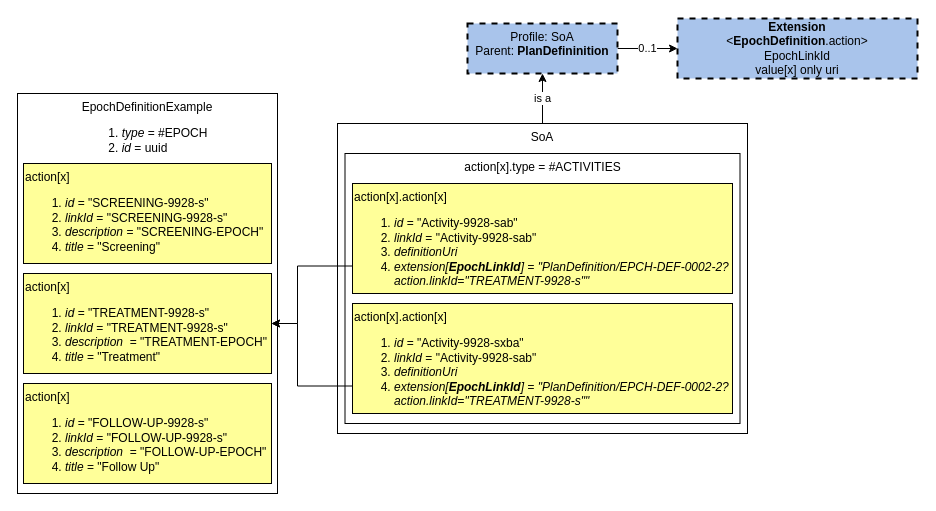
Earlier version of the draw.io diagram page "SoA-Action.Extesion-EpochLinkId" (3 of 3) of input/models/EPOCH-DRAWIO.drawio (alpivonka/FHIR-ClinicalTrial-Examples). Source tidied: cells renumbered, new cells numbered last; positions are measured from the earlier drawing's top-left corner, leaving out a move shared by most shapes. Both pictures are drawn from the tidied source at 100%, with x=0, y=0 at pixel (17, 18).
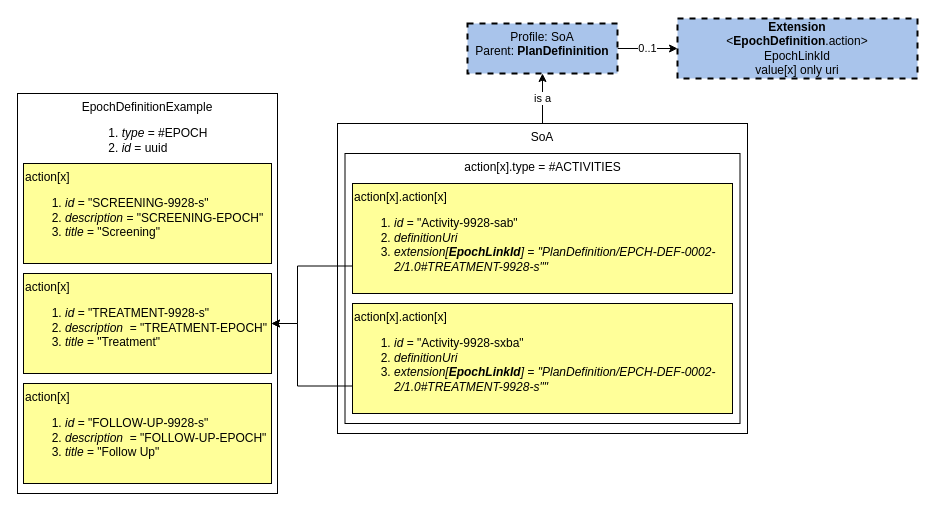
After the change.

Commit message (it also covers changes not shown here):
Epoch reference

Unchanged cells that the change refers to:
```xml
<mxCell id="6" style="group;" parent="1" vertex="1">
  <mxGeometry x="320" y="105" width="410" height="310" as="geometry" />
</mxCell>
```

Diff of the diagram source:
```diff
@@
-    <mxCell id="9" value="action[x].action[x]&lt;br&gt;&lt;ol&gt;&lt;li&gt;&lt;i&gt;id &lt;/i&gt;= &quot;Activity-9928-sab&quot;&lt;/li&gt;&lt;li&gt;&lt;i&gt;linkId &lt;/i&gt;= &quot;Activity-9928-sab&quot;&lt;/li&gt;&lt;li&gt;&lt;i&gt;definitionUri&lt;br&gt;&lt;/i&gt;&lt;/li&gt;&lt;li&gt;&lt;i&gt;extension[&lt;b&gt;EpochLinkId&lt;/b&gt;] = &quot;PlanDefinition/EPCH-DEF-0002-2?action.linkId=&quot;TREATMENT-9928-s&quot;&quot;&amp;nbsp;&lt;/i&gt;&lt;/li&gt;&lt;/ol&gt;" style="rounded=0;whiteSpace=wrap;html=1;verticalAlign=top;align=left;fillColor=#FFFF99;" parent="6" vertex="1">
+    <mxCell id="9" value="action[x].action[x]&lt;br&gt;&lt;ol&gt;&lt;li&gt;&lt;i&gt;id &lt;/i&gt;= &quot;Activity-9928-sab&quot;&lt;/li&gt;&lt;li&gt;&lt;i&gt;definitionUri&lt;br&gt;&lt;/i&gt;&lt;/li&gt;&lt;li&gt;&lt;i&gt;extension[&lt;b&gt;EpochLinkId&lt;/b&gt;] = &quot;PlanDefinition/EPCH-DEF-0002-2/1.0#TREATMENT-9928-s&quot;&quot;&amp;nbsp;&lt;/i&gt;&lt;/li&gt;&lt;/ol&gt;" style="rounded=0;whiteSpace=wrap;html=1;verticalAlign=top;align=left;fillColor=#FFFF99;" parent="6" vertex="1">
       <mxGeometry x="15" y="60" width="380" height="110" as="geometry" />
     </mxCell>
-    <mxCell id="10" value="action[x].action[x]&lt;br&gt;&lt;ol&gt;&lt;li&gt;&lt;i&gt;id &lt;/i&gt;= &quot;Activity-9928-sxba&quot;&lt;/li&gt;&lt;li&gt;&lt;i&gt;linkId &lt;/i&gt;= &quot;Activity-9928-sab&quot;&lt;/li&gt;&lt;li&gt;&lt;i&gt;definitionUri&lt;br&gt;&lt;/i&gt;&lt;/li&gt;&lt;li&gt;&lt;i&gt;extension[&lt;b&gt;EpochLinkId&lt;/b&gt;] = &quot;PlanDefinition/EPCH-DEF-0002-2?action.linkId=&quot;TREATMENT-9928-s&quot;&quot;&amp;nbsp;&lt;/i&gt;&lt;/li&gt;&lt;/ol&gt;" style="rounded=0;whiteSpace=wrap;html=1;verticalAlign=top;align=left;fillColor=#FFFF99;" parent="6" vertex="1">
+    <mxCell id="10" value="action[x].action[x]&lt;br&gt;&lt;ol&gt;&lt;li&gt;&lt;i&gt;id &lt;/i&gt;= &quot;Activity-9928-sxba&quot;&lt;/li&gt;&lt;li&gt;&lt;i&gt;definitionUri&lt;br&gt;&lt;/i&gt;&lt;/li&gt;&lt;li&gt;&lt;i&gt;extension[&lt;b&gt;EpochLinkId&lt;/b&gt;] = &quot;PlanDefinition/EPCH-DEF-0002-2/1.0#TREATMENT-9928-s&quot;&quot;&amp;nbsp;&lt;/i&gt;&lt;/li&gt;&lt;/ol&gt;" style="rounded=0;whiteSpace=wrap;html=1;verticalAlign=top;align=left;fillColor=#FFFF99;" parent="6" vertex="1">
       <mxGeometry x="15" y="180" width="380" height="110" as="geometry" />
     </mxCell>
@@
-    <mxCell id="12" value="action[x]&lt;br&gt;&lt;ol&gt;&lt;li&gt;&lt;i&gt;id &lt;/i&gt;= &quot;SCREENING-9928-s&quot;&lt;/li&gt;&lt;li&gt;&lt;i&gt;linkId &lt;/i&gt;= &quot;SCREENING-9928-s&quot;&lt;/li&gt;&lt;li&gt;&lt;i&gt;description&amp;nbsp;&lt;/i&gt;= &quot;SCREENING-EPOCH&quot;&lt;/li&gt;&lt;li&gt;&lt;i&gt;title &lt;/i&gt;= &quot;Screening&quot;&lt;/li&gt;&lt;/ol&gt;" style="rounded=0;whiteSpace=wrap;html=1;verticalAlign=top;align=left;fillColor=#FFFF99;" parent="1" vertex="1">
+    <mxCell id="12" value="action[x]&lt;br&gt;&lt;ol&gt;&lt;li&gt;&lt;i&gt;id &lt;/i&gt;= &quot;SCREENING-9928-s&quot;&lt;/li&gt;&lt;li&gt;&lt;i&gt;description&amp;nbsp;&lt;/i&gt;= &quot;SCREENING-EPOCH&quot;&lt;/li&gt;&lt;li&gt;&lt;i&gt;title &lt;/i&gt;= &quot;Screening&quot;&lt;/li&gt;&lt;/ol&gt;" style="rounded=0;whiteSpace=wrap;html=1;verticalAlign=top;align=left;fillColor=#FFFF99;" parent="1" vertex="1">
       <mxGeometry x="6" y="145" width="248" height="100" as="geometry" />
     </mxCell>
-    <mxCell id="13" value="action[x]&lt;br&gt;&lt;ol&gt;&lt;li&gt;&lt;i&gt;id &lt;/i&gt;= &quot;TREATMENT-9928-s&quot;&lt;/li&gt;&lt;li&gt;&lt;i&gt;linkId &lt;/i&gt;= &quot;TREATMENT-9928-s&quot;&lt;/li&gt;&lt;li&gt;&lt;i&gt;&lt;i&gt;description&amp;nbsp;&lt;/i&gt;&amp;nbsp;&lt;/i&gt;= &quot;TREATMENT-EPOCH&quot;&lt;/li&gt;&lt;li&gt;&lt;i&gt;title &lt;/i&gt;= &quot;Treatment&quot;&lt;/li&gt;&lt;/ol&gt;" style="rounded=0;whiteSpace=wrap;html=1;verticalAlign=top;align=left;fillColor=#FFFF99;" parent="1" vertex="1">
+    <mxCell id="13" value="action[x]&lt;br&gt;&lt;ol&gt;&lt;li&gt;&lt;i&gt;id &lt;/i&gt;= &quot;TREATMENT-9928-s&quot;&lt;/li&gt;&lt;li&gt;&lt;i&gt;&lt;i&gt;description&amp;nbsp;&lt;/i&gt;&amp;nbsp;&lt;/i&gt;= &quot;TREATMENT-EPOCH&quot;&lt;/li&gt;&lt;li&gt;&lt;i&gt;title &lt;/i&gt;= &quot;Treatment&quot;&lt;/li&gt;&lt;/ol&gt;" style="rounded=0;whiteSpace=wrap;html=1;verticalAlign=top;align=left;fillColor=#FFFF99;" parent="1" vertex="1">
       <mxGeometry x="6" y="255" width="248" height="100" as="geometry" />
     </mxCell>
-    <mxCell id="14" value="action[x]&lt;br&gt;&lt;ol&gt;&lt;li&gt;&lt;i&gt;id &lt;/i&gt;= &quot;FOLLOW-UP-9928-s&quot;&lt;/li&gt;&lt;li&gt;&lt;i&gt;linkId &lt;/i&gt;= &quot;FOLLOW-UP-9928-s&quot;&lt;/li&gt;&lt;li&gt;&lt;i&gt;&lt;i&gt;description&amp;nbsp;&lt;/i&gt;&amp;nbsp;&lt;/i&gt;= &quot;FOLLOW-UP-EPOCH&quot;&lt;/li&gt;&lt;li&gt;&lt;i&gt;title &lt;/i&gt;= &quot;Follow Up&quot;&lt;/li&gt;&lt;/ol&gt;" style="rounded=0;whiteSpace=wrap;html=1;verticalAlign=top;align=left;fillColor=#FFFF99;" parent="1" vertex="1">
+    <mxCell id="14" value="action[x]&lt;br&gt;&lt;ol&gt;&lt;li&gt;&lt;i&gt;id &lt;/i&gt;= &quot;FOLLOW-UP-9928-s&quot;&lt;/li&gt;&lt;li&gt;&lt;i&gt;&lt;i&gt;description&amp;nbsp;&lt;/i&gt;&amp;nbsp;&lt;/i&gt;= &quot;FOLLOW-UP-EPOCH&quot;&lt;/li&gt;&lt;li&gt;&lt;i&gt;title &lt;/i&gt;= &quot;Follow Up&quot;&lt;/li&gt;&lt;/ol&gt;" style="rounded=0;whiteSpace=wrap;html=1;verticalAlign=top;align=left;fillColor=#FFFF99;" parent="1" vertex="1">
       <mxGeometry x="6" y="365" width="248" height="100" as="geometry" />
     </mxCell>
```
